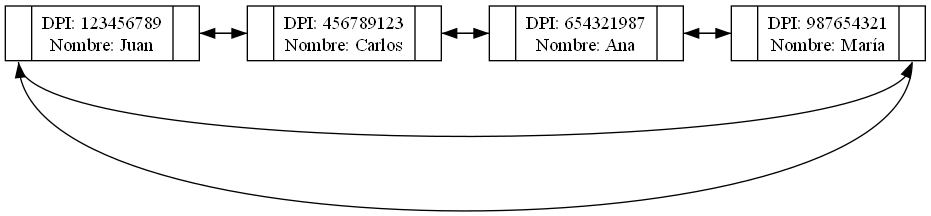
Before: clientes.png, a diagram exported from Graphviz (melgxrga/EDD_Proyecto2_202302549). Its source is kept beside it as clientes.dot. Its diagram source:
```dot
digraph G {
rankdir=LR;
node [shape=record];
"1895666617136" [label="{<prev> | DPI: 123456789\nNombre: Juan | <next>}"];
"1895666617184" [label="{<prev> | DPI: 456789123\nNombre: Carlos | <next>}"];
"1895666617232" [label="{<prev> | DPI: 654321987\nNombre: Ana | <next>}"];
"1895666617328" [label="{<prev> | DPI: 987654321\nNombre: María | <next>}"];
"1895666617136":next -> "1895666617184":prev;
"1895666617184":prev -> "1895666617136":next;
"1895666617184":next -> "1895666617232":prev;
"1895666617232":prev -> "1895666617184":next;
"1895666617232":next -> "1895666617328":prev;
"1895666617328":prev -> "1895666617232":next;
"1895666617328":next -> "1895666617136":prev [constraint=false];
"1895666617136":prev -> "1895666617328":next [constraint=false];
}
```
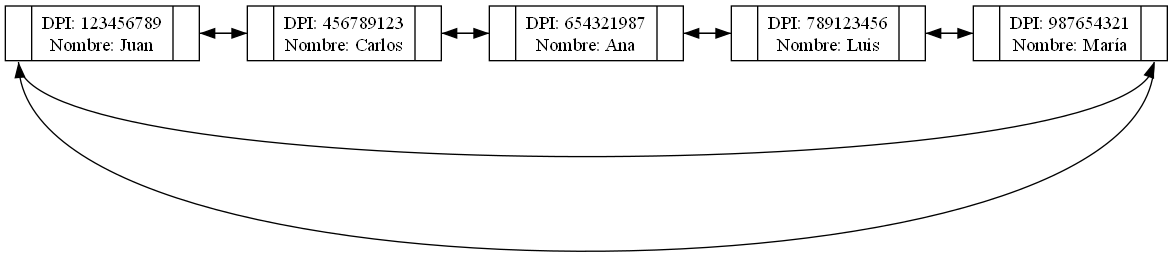
After the change.

Diff of the diagram source:
```diff
@@ -1,16 +1,19 @@
 digraph G {
 rankdir=LR;
 node [shape=record];
-"1895666617136" [label="{<prev> | DPI: 123456789\nNombre: Juan | <next>}"];
-"1895666617184" [label="{<prev> | DPI: 456789123\nNombre: Carlos | <next>}"];
-"1895666617232" [label="{<prev> | DPI: 654321987\nNombre: Ana | <next>}"];
-"1895666617328" [label="{<prev> | DPI: 987654321\nNombre: María | <next>}"];
-"1895666617136":next -> "1895666617184":prev;
-"1895666617184":prev -> "1895666617136":next;
-"1895666617184":next -> "1895666617232":prev;
-"1895666617232":prev -> "1895666617184":next;
-"1895666617232":next -> "1895666617328":prev;
-"1895666617328":prev -> "1895666617232":next;
-"1895666617328":next -> "1895666617136":prev [constraint=false];
-"1895666617136":prev -> "1895666617328":next [constraint=false];
+"3016588591328" [label="{<prev> | DPI: 123456789\nNombre: Juan | <next>}"];
+"3016588591424" [label="{<prev> | DPI: 456789123\nNombre: Carlos | <next>}"];
+"3016588591472" [label="{<prev> | DPI: 654321987\nNombre: Ana | <next>}"];
+"3016588591520" [label="{<prev> | DPI: 789123456\nNombre: Luis | <next>}"];
+"3016588591568" [label="{<prev> | DPI: 987654321\nNombre: María | <next>}"];
+"3016588591328":next -> "3016588591424":prev;
+"3016588591424":prev -> "3016588591328":next;
+"3016588591424":next -> "3016588591472":prev;
+"3016588591472":prev -> "3016588591424":next;
+"3016588591472":next -> "3016588591520":prev;
+"3016588591520":prev -> "3016588591472":next;
+"3016588591520":next -> "3016588591568":prev;
+"3016588591568":prev -> "3016588591520":next;
+"3016588591568":next -> "3016588591328":prev [constraint=false];
+"3016588591328":prev -> "3016588591568":next [constraint=false];
 }
```
